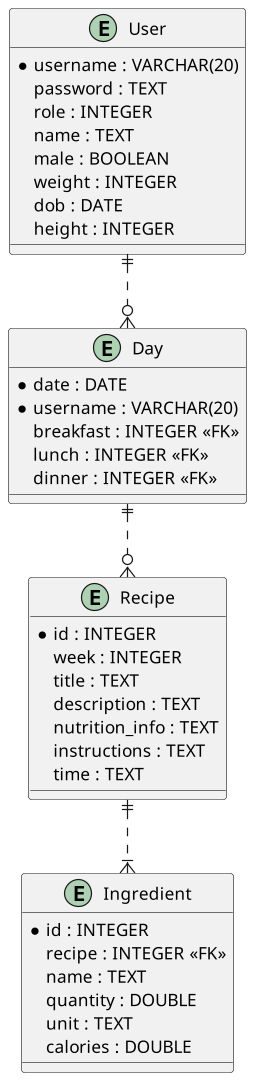
Before: diagram/entity-relationship.png, a diagram exported from PlantUML (sofush/kostplan). Its diagram source:
```plantuml
@startuml
scale 1920*1080
entity User {
	{field} *username : VARCHAR(20)
	password : TEXT
	role : INTEGER
	name : TEXT
	male : BOOLEAN
	weight : INTEGER
	dob : DATE
	height : INTEGER
}
entity Day {
	*date : DATE
	*{field} username : VARCHAR(20)
	breakfast : INTEGER <<FK>>
	lunch : INTEGER <<FK>>
	dinner : INTEGER <<FK>>
}
entity Recipe {
	*id : INTEGER
	week : INTEGER
	title : TEXT
	description : TEXT
	nutrition_info : TEXT
	instructions : TEXT
	time : TEXT
}
entity Ingredient {
	*id : INTEGER
	recipe : INTEGER <<FK>>
	name : TEXT
	quantity : DOUBLE
	unit : TEXT
	calories : DOUBLE
}
User ||..o{ Day
Day ||..o{ Recipe
Recipe ||..|{ Ingredient
@enduml
```
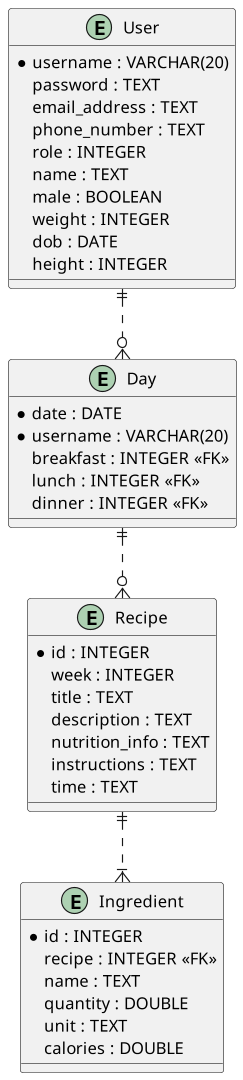
Above is the later version.

The edit, as a diff of the source:
```diff
@@ -3,6 +3,8 @@
 entity User {
 	{field} *username : VARCHAR(20)
 	password : TEXT
+	email_address : TEXT
+	phone_number : TEXT
 	role : INTEGER
 	name : TEXT
 	male : BOOLEAN
```
